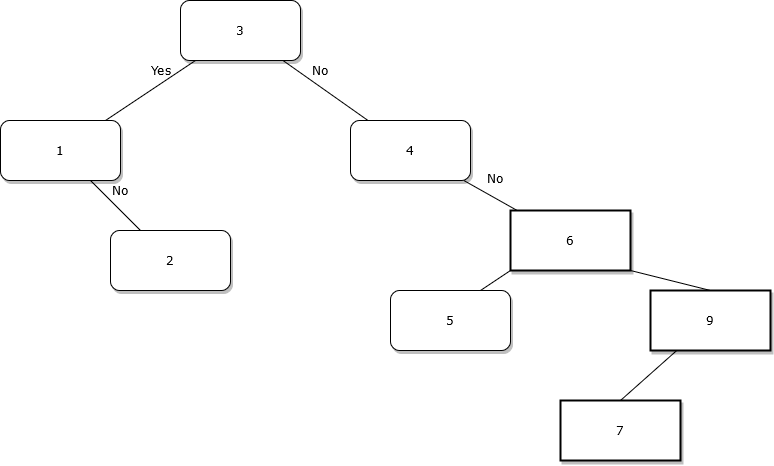
Before: bst assignment.png, a diagram exported from draw.io (CharlieArray/DSA-Binary-Search-Trees). Source tidied: cells renumbered, new cells last; positions are measured from the earlier drawing's top-left corner, leaving out a move shared by most shapes.
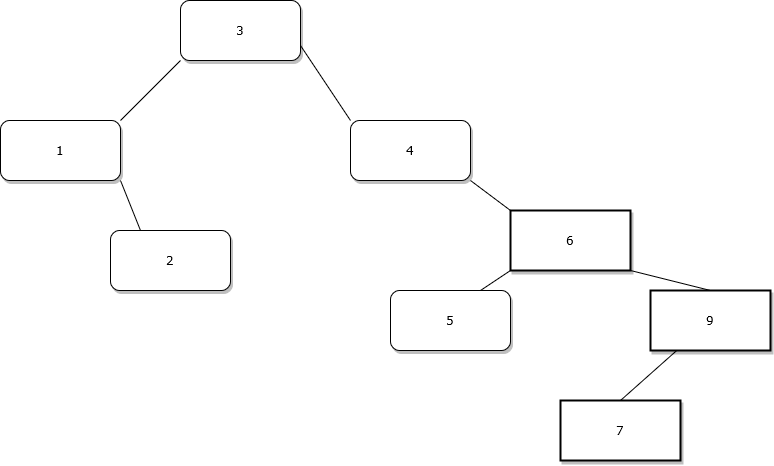
Above is the later version.

Change to the diagram source:
```diff
@@ -11,12 +11,6 @@
     <mxCell id="4" value="4" style="whiteSpace=wrap;html=1;rounded=1;shadow=1;labelBackgroundColor=none;strokeWidth=1;fontFamily=Verdana;fontSize=12;align=center;" parent="1" vertex="1">
       <mxGeometry x="350" y="120" width="120" height="60" as="geometry" />
     </mxCell>
-    <mxCell id="5" value="No" style="rounded=0;html=1;labelBackgroundColor=none;startArrow=none;startFill=0;startSize=5;endArrow=none;endFill=0;endSize=5;jettySize=auto;strokeWidth=1;fontFamily=Verdana;fontSize=12;" parent="1" edge="1" source="2" target="4">
-      <mxGeometry x="-0.3" y="13" relative="1" as="geometry" />
-    </mxCell>
-    <mxCell id="6" value="Yes" style="rounded=0;html=1;labelBackgroundColor=none;startArrow=none;startFill=0;startSize=5;endArrow=none;endFill=0;endSize=5;jettySize=auto;strokeWidth=1;fontFamily=Verdana;fontSize=12;" parent="1" edge="1" source="2" target="3">
-      <mxGeometry x="-0.36" y="-11" relative="1" as="geometry" />
-    </mxCell>
     <mxCell id="7" value="2" style="whiteSpace=wrap;html=1;rounded=1;shadow=1;labelBackgroundColor=none;strokeWidth=1;fontFamily=Verdana;fontSize=12;align=center;" parent="1" vertex="1">
       <mxGeometry x="110" y="230" width="120" height="60" as="geometry" />
     </mxCell>
@@ -26,12 +20,6 @@
     <mxCell id="9" value="5" style="whiteSpace=wrap;html=1;rounded=1;shadow=1;labelBackgroundColor=none;strokeWidth=1;fontFamily=Verdana;fontSize=12;align=center;" parent="1" vertex="1">
       <mxGeometry x="390" y="290" width="120" height="60" as="geometry" />
     </mxCell>
-    <mxCell id="10" value="No" style="rounded=0;html=1;labelBackgroundColor=none;startArrow=none;startFill=0;startSize=5;endArrow=none;endFill=0;endSize=5;jettySize=auto;strokeWidth=1;fontFamily=Verdana;fontSize=12;" parent="1" edge="1" source="3" target="7">
-      <mxGeometry x="-0.2" y="14" relative="1" as="geometry" />
-    </mxCell>
-    <mxCell id="11" value="No" style="rounded=0;html=1;labelBackgroundColor=none;startArrow=none;startFill=0;startSize=5;endArrow=none;endFill=0;endSize=5;jettySize=auto;strokeWidth=1;fontFamily=Verdana;fontSize=12;" parent="1" edge="1" source="4" target="8">
-      <mxGeometry x="-0.13" y="17" relative="1" as="geometry" />
-    </mxCell>
     <mxCell id="12" value="9" style="whiteSpace=wrap;html=1;rounded=0;shadow=1;labelBackgroundColor=none;strokeWidth=2;fontFamily=Verdana;fontSize=12;align=center;" parent="1" vertex="1">
       <mxGeometry x="650" y="290" width="120" height="60" as="geometry" />
     </mxCell>
@@ -47,5 +35,17 @@
     <mxCell id="16" style="endArrow=none;html=1;exitX=0.5;exitY=0;exitDx=0;exitDy=0;" parent="1" edge="1" source="15" target="12">
       <mxGeometry relative="1" as="geometry" />
     </mxCell>
+    <mxCell id="17" style="endArrow=none;html=1;entryX=1;entryY=1;entryDx=0;entryDy=0;exitX=0;exitY=0;exitDx=0;exitDy=0;" parent="1" edge="1" source="8" target="4">
+      <mxGeometry relative="1" as="geometry" />
+    </mxCell>
+    <mxCell id="18" style="endArrow=none;html=1;entryX=1;entryY=0.75;entryDx=0;entryDy=0;exitX=0;exitY=0;exitDx=0;exitDy=0;" parent="1" edge="1" source="4" target="2">
+      <mxGeometry relative="1" as="geometry" />
+    </mxCell>
+    <mxCell id="19" style="endArrow=none;html=1;entryX=0;entryY=1;entryDx=0;entryDy=0;exitX=1;exitY=0;exitDx=0;exitDy=0;" parent="1" edge="1" source="3" target="2">
+      <mxGeometry relative="1" as="geometry" />
+    </mxCell>
+    <mxCell id="20" style="endArrow=none;html=1;entryX=1;entryY=1;entryDx=0;entryDy=0;exitX=0.25;exitY=0;exitDx=0;exitDy=0;" parent="1" edge="1" source="7" target="3">
+      <mxGeometry relative="1" as="geometry" />
+    </mxCell>
   </root>
 </mxGraphModel>
```
